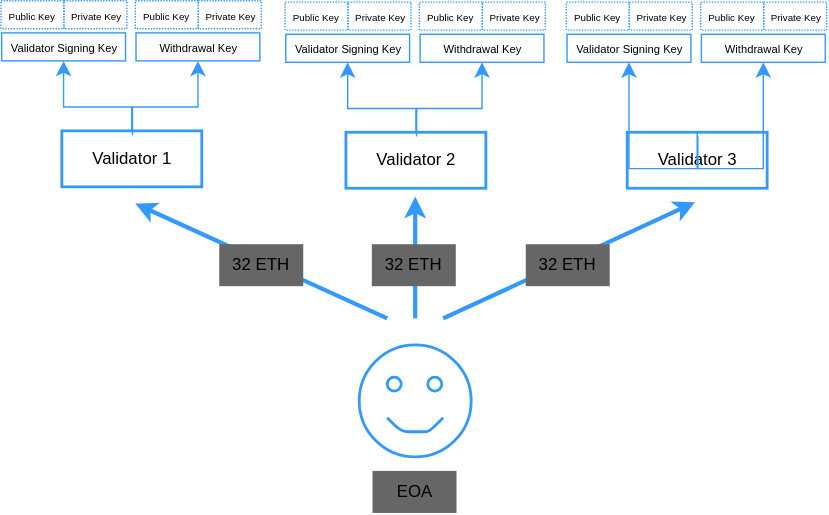
Before: P03_ethereum2/img/validator.drawio.svg, a diagram exported from draw.io (blockchaininnovation/lecture). Source tidied: cells renumbered, new cells last; positions are measured from the earlier drawing's top-left corner, leaving out a move shared by most shapes. Its diagram source:
```xml
<mxGraphModel>
  <root>
    <mxCell id="0" />
    <mxCell id="1" parent="0" />
    <mxCell id="2" style="group;" parent="1" vertex="1">
      <mxGeometry x="0.5" width="590.5" height="366" as="geometry" />
    </mxCell>
    <mxCell id="3" style="group;" parent="2" vertex="1">
      <mxGeometry x="255.5" y="246" width="80" height="80" as="geometry" />
    </mxCell>
    <mxCell id="4" style="ellipse;whiteSpace=wrap;html=1;strokeColor=#3399FF;strokeWidth=2;fillColor=none;" parent="3" vertex="1">
      <mxGeometry width="80" height="80" as="geometry" />
    </mxCell>
    <mxCell id="5" style="ellipse;whiteSpace=wrap;html=1;strokeColor=#3399FF;strokeWidth=2;fillColor=none;" parent="3" vertex="1">
      <mxGeometry x="20" y="23" width="10" height="10" as="geometry" />
    </mxCell>
    <mxCell id="6" style="ellipse;whiteSpace=wrap;html=1;strokeColor=#3399FF;strokeWidth=2;fillColor=none;" parent="3" vertex="1">
      <mxGeometry x="49" y="23" width="10" height="10" as="geometry" />
    </mxCell>
    <mxCell id="7" style="endArrow=none;html=1;strokeColor=#3399FF;strokeWidth=2;" parent="3" edge="1">
      <mxGeometry relative="1" as="geometry">
        <mxPoint x="20" y="52" as="sourcePoint" />
        <mxPoint x="60" y="52" as="targetPoint" />
        <Array as="points">
          <mxPoint x="30" y="62" />
          <mxPoint x="40" y="62" />
          <mxPoint x="50" y="62" />
        </Array>
      </mxGeometry>
    </mxCell>
    <mxCell id="8" style="endArrow=classic;html=1;strokeColor=#3399FF;strokeWidth=3;" parent="2" edge="1">
      <mxGeometry relative="1" as="geometry">
        <mxPoint x="295.5" y="227" as="sourcePoint" />
        <mxPoint x="295.5" y="140" as="targetPoint" />
      </mxGeometry>
    </mxCell>
    <mxCell id="9" style="endArrow=classic;html=1;strokeColor=#3399FF;strokeWidth=3;" parent="2" edge="1">
      <mxGeometry relative="1" as="geometry">
        <mxPoint x="315.5" y="227" as="sourcePoint" />
        <mxPoint x="495.5" y="144" as="targetPoint" />
      </mxGeometry>
    </mxCell>
    <mxCell id="10" style="endArrow=classic;html=1;strokeColor=#3399FF;strokeWidth=3;" parent="2" edge="1">
      <mxGeometry relative="1" as="geometry">
        <mxPoint x="275.5" y="227" as="sourcePoint" />
        <mxPoint x="95.5" y="145" as="targetPoint" />
      </mxGeometry>
    </mxCell>
    <mxCell id="11" value="EOA" style="text;html=1;strokeColor=none;fillColor=#666666;align=center;verticalAlign=middle;whiteSpace=wrap;rounded=0;strokeWidth=2;" parent="2" vertex="1">
      <mxGeometry x="265" y="336" width="60" height="30" as="geometry" />
    </mxCell>
    <mxCell id="12" value="32 ETH" style="text;html=1;strokeColor=none;fillColor=#666666;align=center;verticalAlign=middle;whiteSpace=wrap;rounded=0;strokeWidth=2;" parent="2" vertex="1">
      <mxGeometry x="374.5" y="174" width="60" height="30" as="geometry" />
    </mxCell>
    <mxCell id="13" style="group;" parent="2" vertex="1">
      <mxGeometry x="404" y="1" width="186.5" height="43" as="geometry" />
    </mxCell>
    <mxCell id="14" value="&lt;font style=&quot;font-size: 8px;&quot;&gt;Validator Signing Key&lt;/font&gt;" style="rounded=0;whiteSpace=wrap;html=1;strokeColor=#3399FF;strokeWidth=1;fillColor=none;" parent="13" vertex="1">
      <mxGeometry y="23" width="88.5" height="20" as="geometry" />
    </mxCell>
    <mxCell id="15" value="&lt;font style=&quot;font-size: 8px;&quot;&gt;Withdrawal Key&lt;/font&gt;" style="rounded=0;whiteSpace=wrap;html=1;strokeColor=#3399FF;strokeWidth=1;fillColor=none;" parent="13" vertex="1">
      <mxGeometry x="96" y="23" width="88.5" height="20" as="geometry" />
    </mxCell>
    <mxCell id="16" style="group;" parent="13" vertex="1">
      <mxGeometry x="0.5" width="90" height="20" as="geometry" />
    </mxCell>
    <mxCell id="17" value="&lt;font style=&quot;font-size: 7px;&quot;&gt;Public Key&lt;/font&gt;" style="rounded=0;whiteSpace=wrap;html=1;strokeColor=#3399FF;strokeWidth=1;fillColor=none;dashed=1;dashPattern=1 1;" parent="16" vertex="1">
      <mxGeometry x="-1" width="45" height="20" as="geometry" />
    </mxCell>
    <mxCell id="18" value="&lt;font style=&quot;font-size: 7px;&quot;&gt;&amp;nbsp;Private Key&lt;/font&gt;" style="rounded=0;whiteSpace=wrap;html=1;strokeColor=#3399FF;strokeWidth=1;fillColor=none;dashed=1;dashPattern=1 1;" parent="16" vertex="1">
      <mxGeometry x="44" width="45" height="20" as="geometry" />
    </mxCell>
    <mxCell id="19" style="group;" parent="13" vertex="1">
      <mxGeometry x="96.5" width="90" height="20" as="geometry" />
    </mxCell>
    <mxCell id="20" value="&lt;font style=&quot;font-size: 7px;&quot;&gt;Public Key&lt;/font&gt;" style="rounded=0;whiteSpace=wrap;html=1;strokeColor=#3399FF;strokeWidth=1;fillColor=none;dashed=1;dashPattern=1 1;" parent="19" vertex="1">
      <mxGeometry x="-1" width="45" height="20" as="geometry" />
    </mxCell>
    <mxCell id="21" value="&lt;font style=&quot;font-size: 7px;&quot;&gt;&amp;nbsp;Private Key&lt;/font&gt;" style="rounded=0;whiteSpace=wrap;html=1;strokeColor=#3399FF;strokeWidth=1;fillColor=none;dashed=1;dashPattern=1 1;" parent="19" vertex="1">
      <mxGeometry x="44" width="45" height="20" as="geometry" />
    </mxCell>
    <mxCell id="22" style="group;" parent="2" vertex="1">
      <mxGeometry x="447" y="77" width="100" height="57" as="geometry" />
    </mxCell>
    <mxCell id="23" value="Validator 3" style="rounded=0;whiteSpace=wrap;html=1;strokeColor=#3399FF;strokeWidth=2;fillColor=none;" parent="22" vertex="1">
      <mxGeometry y="17" width="100" height="40" as="geometry" />
    </mxCell>
    <mxCell id="24" style="group;" parent="2" vertex="1">
      <mxGeometry width="186.5" height="43" as="geometry" />
    </mxCell>
    <mxCell id="25" value="&lt;font style=&quot;font-size: 8px;&quot;&gt;Validator Signing Key&lt;/font&gt;" style="rounded=0;whiteSpace=wrap;html=1;strokeColor=#3399FF;strokeWidth=1;fillColor=none;" parent="24" vertex="1">
      <mxGeometry y="23" width="88.5" height="20" as="geometry" />
    </mxCell>
    <mxCell id="26" value="&lt;font style=&quot;font-size: 8px;&quot;&gt;Withdrawal Key&lt;/font&gt;" style="rounded=0;whiteSpace=wrap;html=1;strokeColor=#3399FF;strokeWidth=1;fillColor=none;" parent="24" vertex="1">
      <mxGeometry x="96" y="23" width="88.5" height="20" as="geometry" />
    </mxCell>
    <mxCell id="27" style="group;" parent="24" vertex="1">
      <mxGeometry x="0.5" width="90" height="20" as="geometry" />
    </mxCell>
    <mxCell id="28" value="&lt;font style=&quot;font-size: 7px;&quot;&gt;Public Key&lt;/font&gt;" style="rounded=0;whiteSpace=wrap;html=1;strokeColor=#3399FF;strokeWidth=1;fillColor=none;dashed=1;dashPattern=1 1;" parent="27" vertex="1">
      <mxGeometry x="-1" width="45" height="20" as="geometry" />
    </mxCell>
    <mxCell id="29" value="&lt;font style=&quot;font-size: 7px;&quot;&gt;&amp;nbsp;Private Key&lt;/font&gt;" style="rounded=0;whiteSpace=wrap;html=1;strokeColor=#3399FF;strokeWidth=1;fillColor=none;dashed=1;dashPattern=1 1;" parent="27" vertex="1">
      <mxGeometry x="44" width="45" height="20" as="geometry" />
    </mxCell>
    <mxCell id="30" style="group;" parent="24" vertex="1">
      <mxGeometry x="96.5" width="90" height="20" as="geometry" />
    </mxCell>
    <mxCell id="31" value="&lt;font style=&quot;font-size: 7px;&quot;&gt;Public Key&lt;/font&gt;" style="rounded=0;whiteSpace=wrap;html=1;strokeColor=#3399FF;strokeWidth=1;fillColor=none;dashed=1;dashPattern=1 1;" parent="30" vertex="1">
      <mxGeometry x="-1" width="45" height="20" as="geometry" />
    </mxCell>
    <mxCell id="32" value="&lt;font style=&quot;font-size: 7px;&quot;&gt;&amp;nbsp;Private Key&lt;/font&gt;" style="rounded=0;whiteSpace=wrap;html=1;strokeColor=#3399FF;strokeWidth=1;fillColor=none;dashed=1;dashPattern=1 1;" parent="30" vertex="1">
      <mxGeometry x="44" width="45" height="20" as="geometry" />
    </mxCell>
    <mxCell id="33" style="group;" parent="2" vertex="1">
      <mxGeometry x="43" y="76" width="100" height="57" as="geometry" />
    </mxCell>
    <mxCell id="34" value="Validator 1" style="rounded=0;whiteSpace=wrap;html=1;strokeColor=#3399FF;strokeWidth=2;fillColor=none;" parent="33" vertex="1">
      <mxGeometry y="17" width="100" height="40" as="geometry" />
    </mxCell>
    <mxCell id="35" style="edgeStyle=elbowEdgeStyle;elbow=vertical;endArrow=classic;html=1;curved=0;rounded=0;endSize=8;startSize=8;strokeColor=#3399FF;strokeWidth=1;exitX=0.505;exitY=0.075;exitDx=0;exitDy=0;exitPerimeter=0;entryX=0.5;entryY=1;entryDx=0;entryDy=0;" parent="2" edge="1" source="34" target="26">
      <mxGeometry relative="1" as="geometry">
        <Array as="points">
          <mxPoint x="113.5" y="76" />
        </Array>
      </mxGeometry>
    </mxCell>
    <mxCell id="36" style="edgeStyle=elbowEdgeStyle;elbow=vertical;endArrow=classic;html=1;curved=0;rounded=0;endSize=8;startSize=8;strokeColor=#3399FF;strokeWidth=1;entryX=0.5;entryY=1;entryDx=0;entryDy=0;exitX=0.5;exitY=0;exitDx=0;exitDy=0;" parent="2" edge="1" source="34" target="25">
      <mxGeometry relative="1" as="geometry">
        <Array as="points">
          <mxPoint x="73.5" y="76" />
        </Array>
      </mxGeometry>
    </mxCell>
    <mxCell id="37" style="group;" parent="2" vertex="1">
      <mxGeometry x="203" y="1" width="186.5" height="43" as="geometry" />
    </mxCell>
    <mxCell id="38" value="&lt;font style=&quot;font-size: 8px;&quot;&gt;Validator Signing Key&lt;/font&gt;" style="rounded=0;whiteSpace=wrap;html=1;strokeColor=#3399FF;strokeWidth=1;fillColor=none;" parent="37" vertex="1">
      <mxGeometry y="23" width="88.5" height="20" as="geometry" />
    </mxCell>
    <mxCell id="39" value="&lt;font style=&quot;font-size: 8px;&quot;&gt;Withdrawal Key&lt;/font&gt;" style="rounded=0;whiteSpace=wrap;html=1;strokeColor=#3399FF;strokeWidth=1;fillColor=none;" parent="37" vertex="1">
      <mxGeometry x="96" y="23" width="88.5" height="20" as="geometry" />
    </mxCell>
    <mxCell id="40" style="group;" parent="37" vertex="1">
      <mxGeometry x="0.5" width="90" height="20" as="geometry" />
    </mxCell>
    <mxCell id="41" value="&lt;font style=&quot;font-size: 7px;&quot;&gt;Public Key&lt;/font&gt;" style="rounded=0;whiteSpace=wrap;html=1;strokeColor=#3399FF;strokeWidth=1;fillColor=none;dashed=1;dashPattern=1 1;" parent="40" vertex="1">
      <mxGeometry x="-1" width="45" height="20" as="geometry" />
    </mxCell>
    <mxCell id="42" value="&lt;font style=&quot;font-size: 7px;&quot;&gt;&amp;nbsp;Private Key&lt;/font&gt;" style="rounded=0;whiteSpace=wrap;html=1;strokeColor=#3399FF;strokeWidth=1;fillColor=none;dashed=1;dashPattern=1 1;" parent="40" vertex="1">
      <mxGeometry x="44" width="45" height="20" as="geometry" />
    </mxCell>
    <mxCell id="43" style="group;" parent="37" vertex="1">
      <mxGeometry x="96.5" width="90" height="20" as="geometry" />
    </mxCell>
    <mxCell id="44" value="&lt;font style=&quot;font-size: 7px;&quot;&gt;Public Key&lt;/font&gt;" style="rounded=0;whiteSpace=wrap;html=1;strokeColor=#3399FF;strokeWidth=1;fillColor=none;dashed=1;dashPattern=1 1;" parent="43" vertex="1">
      <mxGeometry x="-1" width="45" height="20" as="geometry" />
    </mxCell>
    <mxCell id="45" value="&lt;font style=&quot;font-size: 7px;&quot;&gt;&amp;nbsp;Private Key&lt;/font&gt;" style="rounded=0;whiteSpace=wrap;html=1;strokeColor=#3399FF;strokeWidth=1;fillColor=none;dashed=1;dashPattern=1 1;" parent="43" vertex="1">
      <mxGeometry x="44" width="45" height="20" as="geometry" />
    </mxCell>
    <mxCell id="46" style="group;" parent="2" vertex="1">
      <mxGeometry x="246" y="77" width="100" height="57" as="geometry" />
    </mxCell>
    <mxCell id="47" value="Validator 2" style="rounded=0;whiteSpace=wrap;html=1;strokeColor=#3399FF;strokeWidth=2;fillColor=none;" parent="46" vertex="1">
      <mxGeometry y="17" width="100" height="40" as="geometry" />
    </mxCell>
    <mxCell id="48" style="edgeStyle=elbowEdgeStyle;elbow=vertical;endArrow=classic;html=1;curved=0;rounded=0;endSize=8;startSize=8;strokeColor=#3399FF;strokeWidth=1;exitX=0.505;exitY=0.075;exitDx=0;exitDy=0;exitPerimeter=0;entryX=0.5;entryY=1;entryDx=0;entryDy=0;" parent="2" edge="1" source="47" target="39">
      <mxGeometry relative="1" as="geometry">
        <Array as="points">
          <mxPoint x="316.5" y="77" />
        </Array>
      </mxGeometry>
    </mxCell>
    <mxCell id="49" style="edgeStyle=elbowEdgeStyle;elbow=vertical;endArrow=classic;html=1;curved=0;rounded=0;endSize=8;startSize=8;strokeColor=#3399FF;strokeWidth=1;entryX=0.5;entryY=1;entryDx=0;entryDy=0;exitX=0.5;exitY=0;exitDx=0;exitDy=0;" parent="2" edge="1" source="47" target="38">
      <mxGeometry relative="1" as="geometry">
        <Array as="points">
          <mxPoint x="276.5" y="77" />
        </Array>
      </mxGeometry>
    </mxCell>
    <mxCell id="50" value="32 ETH" style="text;html=1;strokeColor=none;fillColor=#666666;align=center;verticalAlign=middle;whiteSpace=wrap;rounded=0;strokeWidth=2;" parent="2" vertex="1">
      <mxGeometry x="264.5" y="174" width="60" height="30" as="geometry" />
    </mxCell>
    <mxCell id="51" value="32 ETH" style="text;html=1;strokeColor=none;fillColor=#666666;align=center;verticalAlign=middle;whiteSpace=wrap;rounded=0;strokeWidth=2;" parent="2" vertex="1">
      <mxGeometry x="155.5" y="174" width="60" height="30" as="geometry" />
    </mxCell>
    <mxCell id="52" style="edgeStyle=elbowEdgeStyle;elbow=vertical;endArrow=classic;html=1;curved=0;rounded=0;endSize=8;startSize=8;strokeColor=#3399FF;strokeWidth=1;entryX=0.5;entryY=1;entryDx=0;entryDy=0;exitX=0.5;exitY=0;exitDx=0;exitDy=0;" parent="2" edge="1" source="23" target="14">
      <mxGeometry relative="1" as="geometry">
        <Array as="points">
          <mxPoint x="482" y="120" />
        </Array>
      </mxGeometry>
    </mxCell>
    <mxCell id="53" style="edgeStyle=elbowEdgeStyle;elbow=vertical;endArrow=classic;html=1;curved=0;rounded=0;endSize=8;startSize=8;strokeColor=#3399FF;strokeWidth=1;exitX=0.505;exitY=0.075;exitDx=0;exitDy=0;exitPerimeter=0;entryX=0.5;entryY=1;entryDx=0;entryDy=0;" parent="2" edge="1" source="23" target="15">
      <mxGeometry relative="1" as="geometry">
        <Array as="points">
          <mxPoint x="522" y="120" />
        </Array>
      </mxGeometry>
    </mxCell>
  </root>
</mxGraphModel>
```
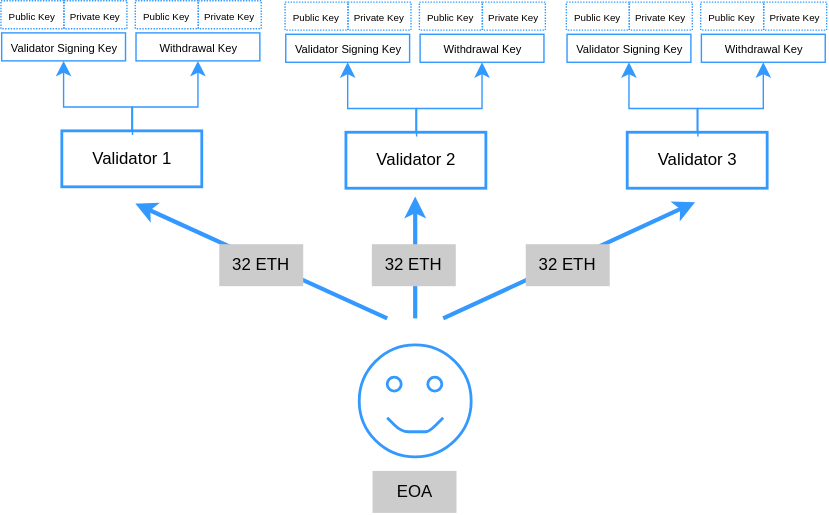
The same file after the commit.

Commit message:
add / mod contents in transactionlife

Change to the diagram source:
```diff
@@ -46,10 +46,10 @@
         <mxPoint x="95.5" y="145" as="targetPoint" />
       </mxGeometry>
     </mxCell>
-    <mxCell id="11" value="EOA" style="text;html=1;strokeColor=none;fillColor=#666666;align=center;verticalAlign=middle;whiteSpace=wrap;rounded=0;strokeWidth=2;" parent="2" vertex="1">
+    <mxCell id="11" value="EOA" style="text;html=1;strokeColor=none;fillColor=#CCCCCC;align=center;verticalAlign=middle;whiteSpace=wrap;rounded=0;strokeWidth=2;" parent="2" vertex="1">
       <mxGeometry x="265" y="336" width="60" height="30" as="geometry" />
     </mxCell>
-    <mxCell id="12" value="32 ETH" style="text;html=1;strokeColor=none;fillColor=#666666;align=center;verticalAlign=middle;whiteSpace=wrap;rounded=0;strokeWidth=2;" parent="2" vertex="1">
+    <mxCell id="12" value="32 ETH" style="text;html=1;strokeColor=none;fillColor=#CCCCCC;align=center;verticalAlign=middle;whiteSpace=wrap;rounded=0;strokeWidth=2;" parent="2" vertex="1">
       <mxGeometry x="374.5" y="174" width="60" height="30" as="geometry" />
     </mxCell>
     <mxCell id="13" style="group;" parent="2" vertex="1">
@@ -179,23 +179,23 @@
         </Array>
       </mxGeometry>
     </mxCell>
-    <mxCell id="50" value="32 ETH" style="text;html=1;strokeColor=none;fillColor=#666666;align=center;verticalAlign=middle;whiteSpace=wrap;rounded=0;strokeWidth=2;" parent="2" vertex="1">
+    <mxCell id="50" value="32 ETH" style="text;html=1;strokeColor=none;fillColor=#CCCCCC;align=center;verticalAlign=middle;whiteSpace=wrap;rounded=0;strokeWidth=2;" parent="2" vertex="1">
       <mxGeometry x="264.5" y="174" width="60" height="30" as="geometry" />
     </mxCell>
-    <mxCell id="51" value="32 ETH" style="text;html=1;strokeColor=none;fillColor=#666666;align=center;verticalAlign=middle;whiteSpace=wrap;rounded=0;strokeWidth=2;" parent="2" vertex="1">
+    <mxCell id="51" value="32 ETH" style="text;html=1;strokeColor=none;fillColor=#CCCCCC;align=center;verticalAlign=middle;whiteSpace=wrap;rounded=0;strokeWidth=2;gradientColor=none;" parent="2" vertex="1">
       <mxGeometry x="155.5" y="174" width="60" height="30" as="geometry" />
     </mxCell>
     <mxCell id="52" style="edgeStyle=elbowEdgeStyle;elbow=vertical;endArrow=classic;html=1;curved=0;rounded=0;endSize=8;startSize=8;strokeColor=#3399FF;strokeWidth=1;entryX=0.5;entryY=1;entryDx=0;entryDy=0;exitX=0.5;exitY=0;exitDx=0;exitDy=0;" parent="2" edge="1" source="23" target="14">
       <mxGeometry relative="1" as="geometry">
         <Array as="points">
-          <mxPoint x="482" y="120" />
+          <mxPoint x="476" y="77" />
         </Array>
       </mxGeometry>
     </mxCell>
     <mxCell id="53" style="edgeStyle=elbowEdgeStyle;elbow=vertical;endArrow=classic;html=1;curved=0;rounded=0;endSize=8;startSize=8;strokeColor=#3399FF;strokeWidth=1;exitX=0.505;exitY=0.075;exitDx=0;exitDy=0;exitPerimeter=0;entryX=0.5;entryY=1;entryDx=0;entryDy=0;" parent="2" edge="1" source="23" target="15">
       <mxGeometry relative="1" as="geometry">
         <Array as="points">
-          <mxPoint x="522" y="120" />
+          <mxPoint x="516" y="77" />
         </Array>
       </mxGeometry>
     </mxCell>
```
